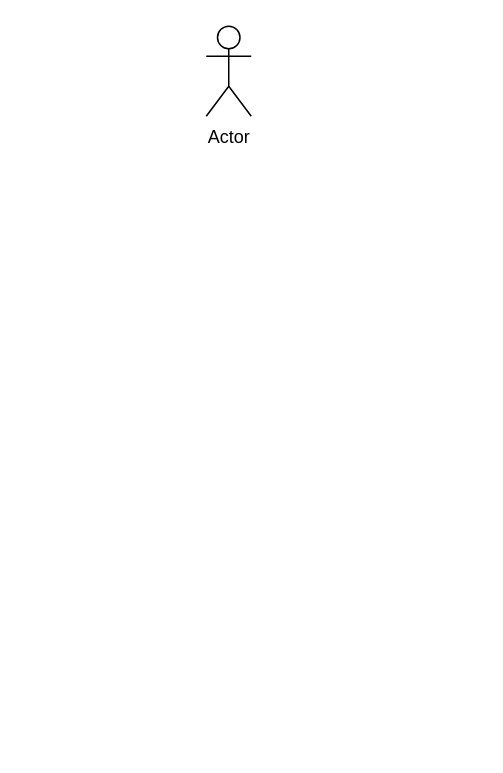
antonykimuom/SWEN30006-2025-SM1-workshop1-tuew05-14-00-team-12 keeps this draw.io diagram as Workshop 1 Use Case Diagram.drawio. Above is the earlier version. Source tidied: cells renumbered, new cells numbered last; positions are measured from the earlier drawing's top-left corner, leaving out a move shared by most shapes. Both pictures are drawn from the tidied source at 150%, with x=0, y=0 at pixel (206, 26).
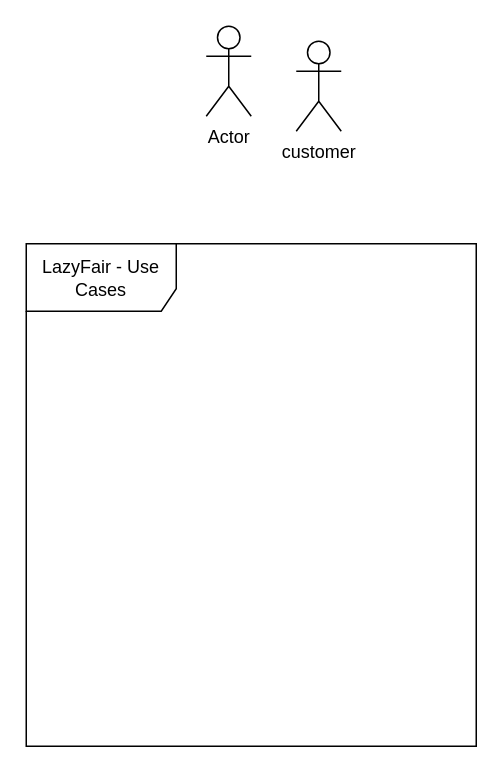
Above is the later version.

What changed in the source:
```diff
@@
 <mxGraphModel>
   <root>
     <mxCell id="0" />
     <mxCell id="1" parent="0" />
     <mxCell id="2" value="Actor" style="shape=umlActor;verticalLabelPosition=bottom;verticalAlign=top;html=1;" parent="1" vertex="1">
       <mxGeometry width="30" height="60" as="geometry" />
     </mxCell>
+    <mxCell id="3" value="LazyFair - Use Cases" style="shape=umlFrame;whiteSpace=wrap;html=1;width=100;height=45;" parent="1" vertex="1">
+      <mxGeometry x="-120" y="145" width="300" height="335" as="geometry" />
+    </mxCell>
+    <mxCell id="4" value="customer" style="shape=umlActor;verticalLabelPosition=bottom;verticalAlign=top;html=1;" parent="1" vertex="1">
+      <mxGeometry x="60" y="10" width="30" height="60" as="geometry" />
+    </mxCell>
   </root>
 </mxGraphModel>
```
